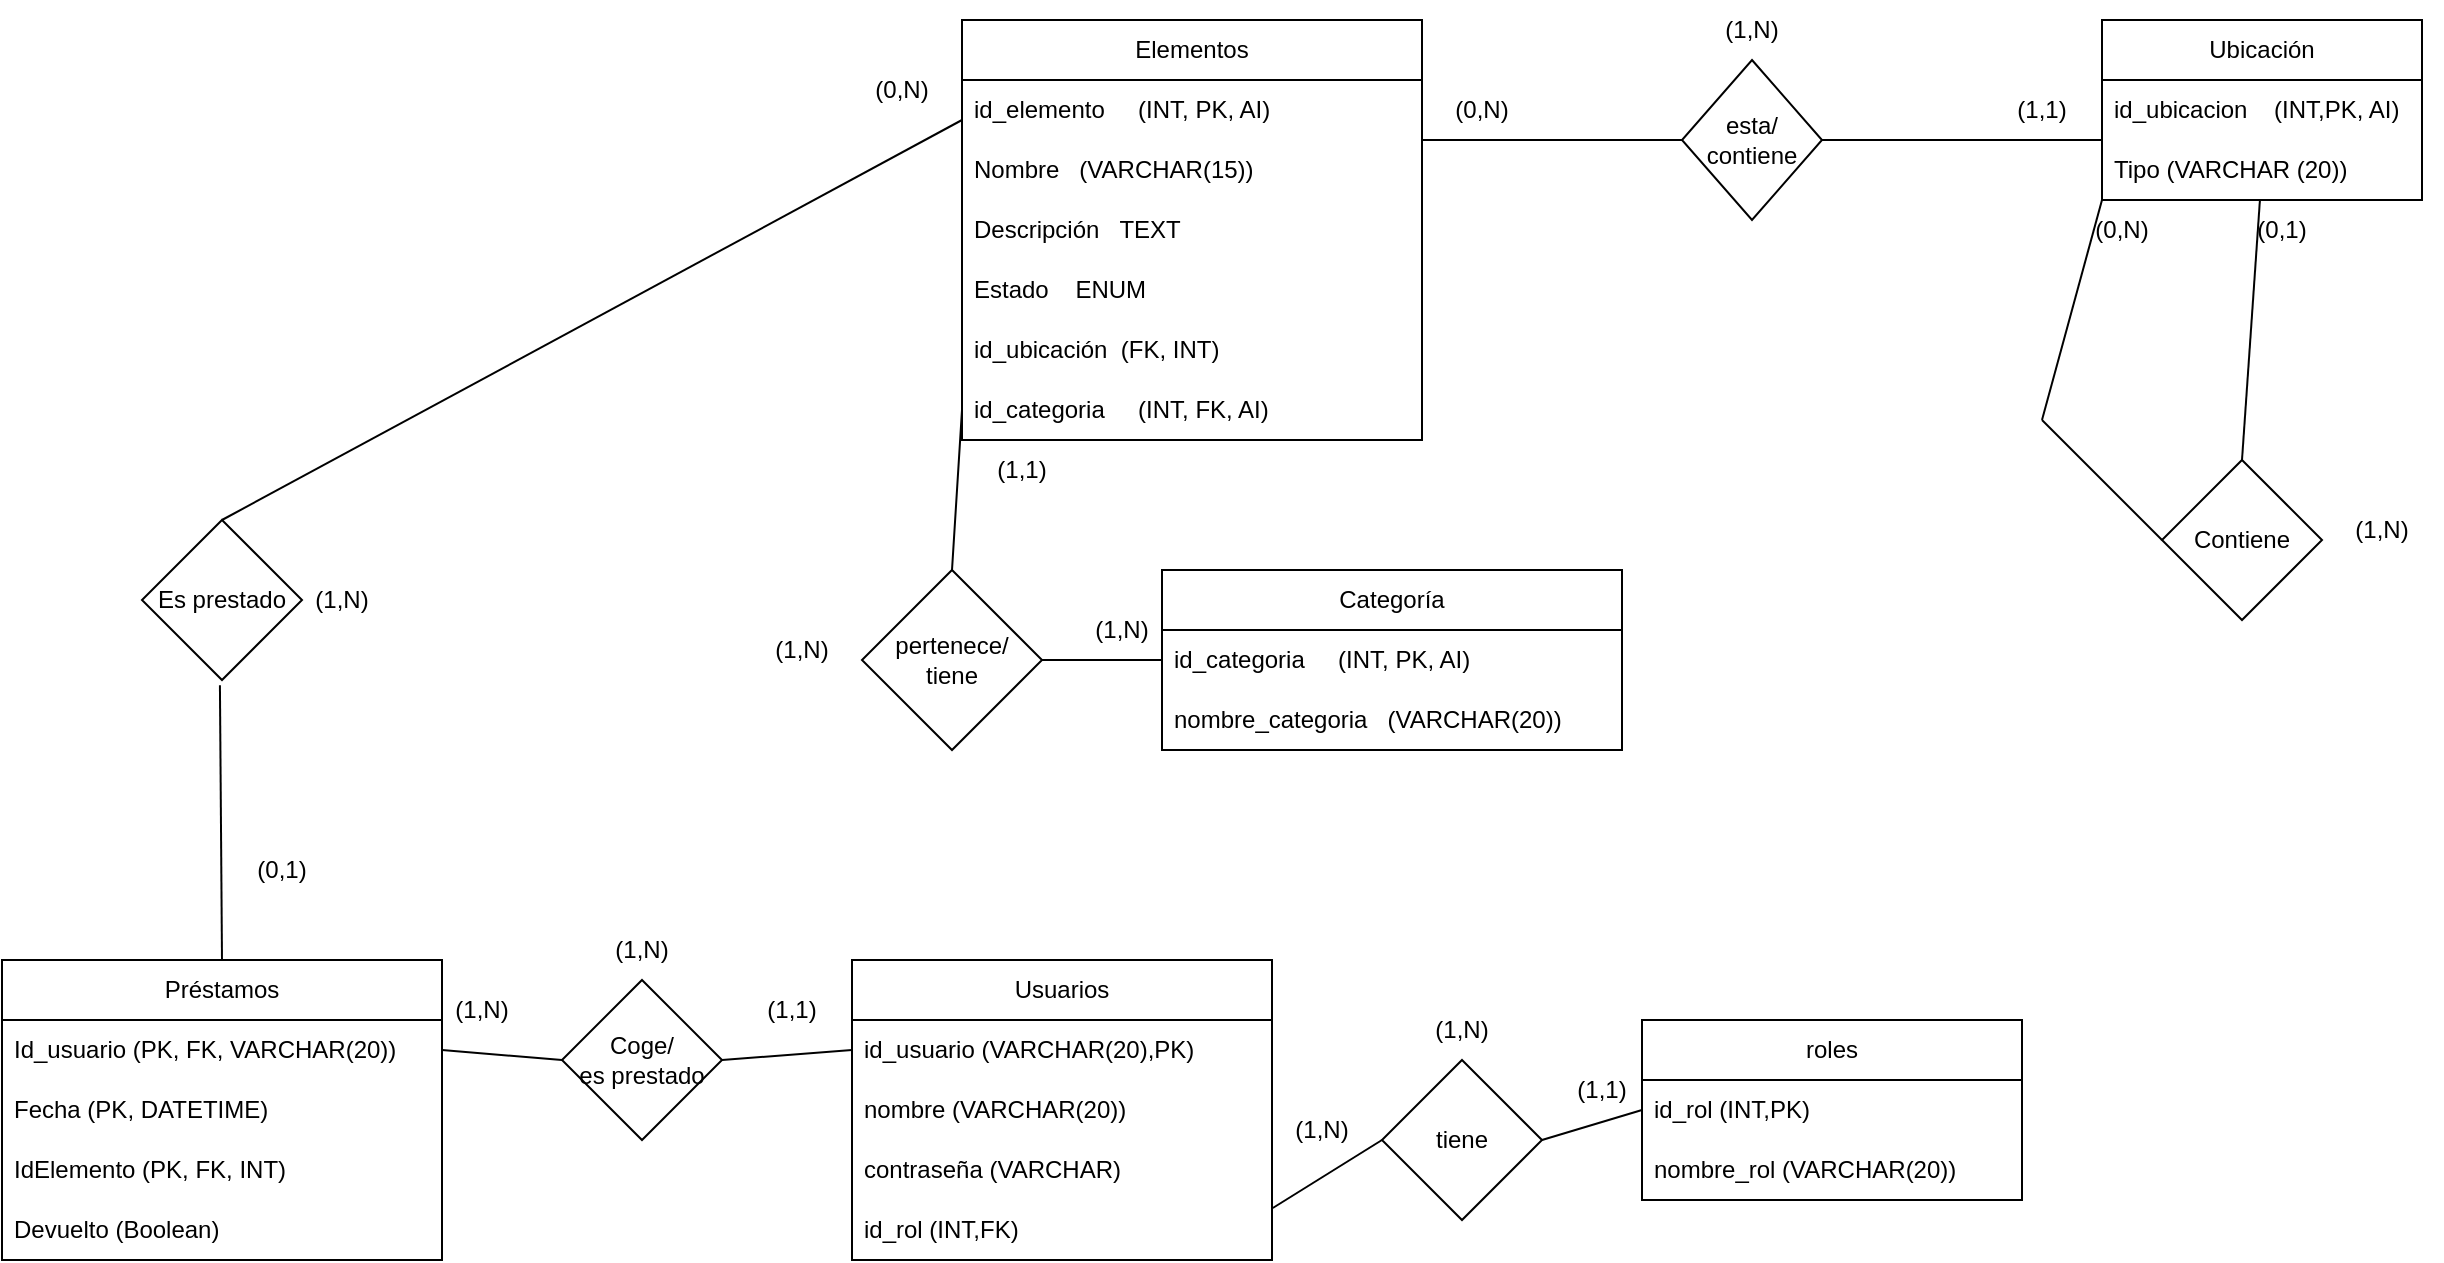
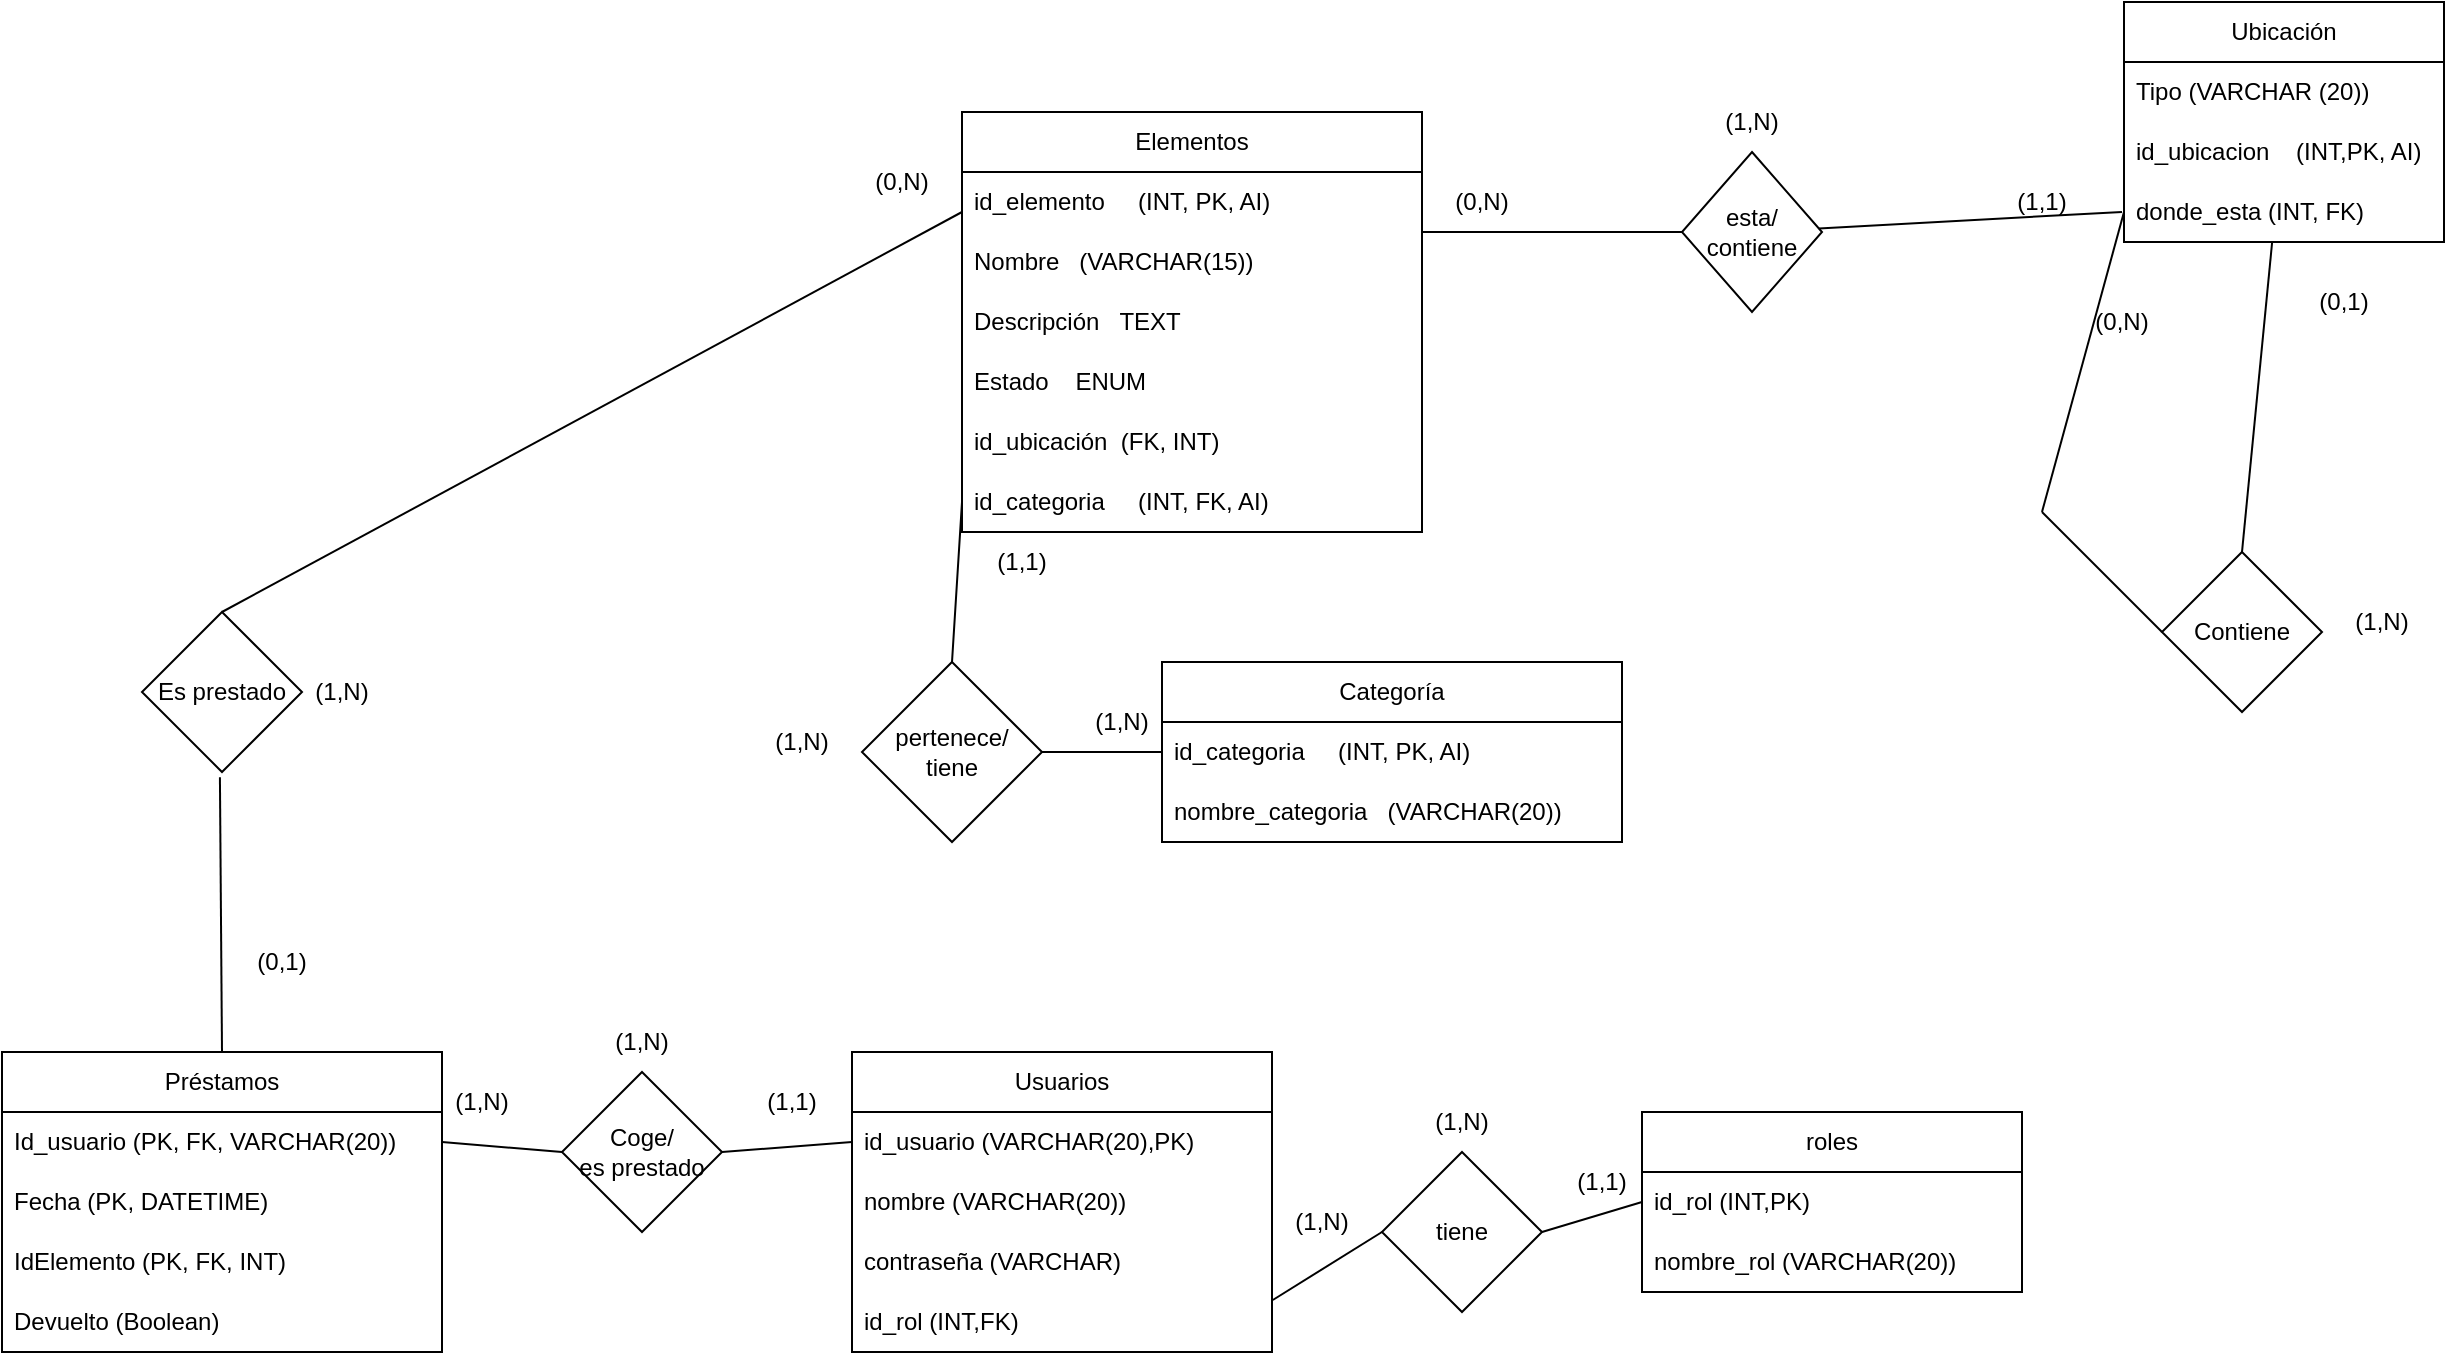
<mxfile host="Electron" agent="Mozilla/5.0 (Windows NT 10.0; Win64; x64) AppleWebKit/537.36 (KHTML, like Gecko) draw.io/27.0.9 Chrome/134.0.6998.205 Electron/35.4.0 Safari/537.36" version="27.0.9">
  <diagram name="Página-1" id="i9kEWm7X-eQDBZohQ_Jb">
    <mxGraphModel dx="1665" dy="841" grid="1" gridSize="10" guides="1" tooltips="1" connect="1" arrows="1" fold="1" page="1" pageScale="1" pageWidth="827" pageHeight="1169" math="0" shadow="0">
      <root>
        <mxCell id="0" />
        <mxCell id="1" parent="0" />
        <mxCell id="md-I2rJE8M5bN4_YPNxc-3" value="esta/&lt;div&gt;contiene&lt;/div&gt;" style="rhombus;whiteSpace=wrap;html=1;" parent="1" vertex="1">
          <mxGeometry x="940" y="200" width="70" height="80" as="geometry" />
        </mxCell>
        <mxCell id="md-I2rJE8M5bN4_YPNxc-4" value="Elementos" style="swimlane;fontStyle=0;childLayout=stackLayout;horizontal=1;startSize=30;horizontalStack=0;resizeParent=1;resizeParentMax=0;resizeLast=0;collapsible=1;marginBottom=0;whiteSpace=wrap;html=1;" parent="1" vertex="1">
          <mxGeometry x="580" y="180" width="230" height="210" as="geometry" />
        </mxCell>
        <mxCell id="md-I2rJE8M5bN4_YPNxc-5" value="id_elemento&amp;nbsp; &amp;nbsp; &amp;nbsp;(INT, PK, AI)" style="text;strokeColor=none;fillColor=none;align=left;verticalAlign=middle;spacingLeft=4;spacingRight=4;overflow=hidden;points=[[0,0.5],[1,0.5]];portConstraint=eastwest;rotatable=0;whiteSpace=wrap;html=1;" parent="md-I2rJE8M5bN4_YPNxc-4" vertex="1">
          <mxGeometry y="30" width="230" height="30" as="geometry" />
        </mxCell>
        <mxCell id="md-I2rJE8M5bN4_YPNxc-6" value="Nombre&amp;nbsp; &amp;nbsp;(VARCHAR(15))" style="text;strokeColor=none;fillColor=none;align=left;verticalAlign=middle;spacingLeft=4;spacingRight=4;overflow=hidden;points=[[0,0.5],[1,0.5]];portConstraint=eastwest;rotatable=0;whiteSpace=wrap;html=1;" parent="md-I2rJE8M5bN4_YPNxc-4" vertex="1">
          <mxGeometry y="60" width="230" height="30" as="geometry" />
        </mxCell>
        <mxCell id="md-I2rJE8M5bN4_YPNxc-18" value="Descripción&amp;nbsp; &amp;nbsp;TEXT&lt;span style=&quot;white-space: pre;&quot;&gt;&#x9;&lt;/span&gt;&lt;span style=&quot;white-space: pre;&quot;&gt;&#x9;&lt;/span&gt;" style="text;strokeColor=none;fillColor=none;align=left;verticalAlign=middle;spacingLeft=4;spacingRight=4;overflow=hidden;points=[[0,0.5],[1,0.5]];portConstraint=eastwest;rotatable=0;whiteSpace=wrap;html=1;" parent="md-I2rJE8M5bN4_YPNxc-4" vertex="1">
          <mxGeometry y="90" width="230" height="30" as="geometry" />
        </mxCell>
        <mxCell id="md-I2rJE8M5bN4_YPNxc-20" value="Estado&amp;nbsp; &amp;nbsp; ENUM" style="text;strokeColor=none;fillColor=none;align=left;verticalAlign=middle;spacingLeft=4;spacingRight=4;overflow=hidden;points=[[0,0.5],[1,0.5]];portConstraint=eastwest;rotatable=0;whiteSpace=wrap;html=1;" parent="md-I2rJE8M5bN4_YPNxc-4" vertex="1">
          <mxGeometry y="120" width="230" height="30" as="geometry" />
        </mxCell>
        <mxCell id="md-I2rJE8M5bN4_YPNxc-29" value="id_ubicación&amp;nbsp; (FK, INT)" style="text;strokeColor=none;fillColor=none;align=left;verticalAlign=middle;spacingLeft=4;spacingRight=4;overflow=hidden;points=[[0,0.5],[1,0.5]];portConstraint=eastwest;rotatable=0;whiteSpace=wrap;html=1;" parent="md-I2rJE8M5bN4_YPNxc-4" vertex="1">
          <mxGeometry y="150" width="230" height="30" as="geometry" />
        </mxCell>
        <mxCell id="xuXV7sGvS1hQDTqQULSL-32" value="id_categoria&amp;nbsp; &amp;nbsp; &amp;nbsp;(INT, FK, AI)" style="text;strokeColor=none;fillColor=none;align=left;verticalAlign=middle;spacingLeft=4;spacingRight=4;overflow=hidden;points=[[0,0.5],[1,0.5]];portConstraint=eastwest;rotatable=0;whiteSpace=wrap;html=1;" parent="md-I2rJE8M5bN4_YPNxc-4" vertex="1">
          <mxGeometry y="180" width="230" height="30" as="geometry" />
        </mxCell>
        <mxCell id="md-I2rJE8M5bN4_YPNxc-8" value="Ubicación" style="swimlane;fontStyle=0;childLayout=stackLayout;horizontal=1;startSize=30;horizontalStack=0;resizeParent=1;resizeParentMax=0;resizeLast=0;collapsible=1;marginBottom=0;whiteSpace=wrap;html=1;" parent="1" vertex="1">
-           <mxGeometry x="1150" y="180" width="160" height="90" as="geometry" />
+           <mxGeometry x="1161" y="125" width="160" height="120" as="geometry" />
+         </mxCell>
+         <mxCell id="md-I2rJE8M5bN4_YPNxc-11" value="Tipo (VARCHAR (20))" style="text;strokeColor=none;fillColor=none;align=left;verticalAlign=middle;spacingLeft=4;spacingRight=4;overflow=hidden;points=[[0,0.5],[1,0.5]];portConstraint=eastwest;rotatable=0;whiteSpace=wrap;html=1;" parent="md-I2rJE8M5bN4_YPNxc-8" vertex="1">
+           <mxGeometry y="30" width="160" height="30" as="geometry" />
        </mxCell>
        <mxCell id="md-I2rJE8M5bN4_YPNxc-9" value="id_ubicacion&lt;span style=&quot;white-space: pre;&quot;&gt;&#x9;&lt;/span&gt;(INT,PK, AI)" style="text;strokeColor=none;fillColor=none;align=left;verticalAlign=middle;spacingLeft=4;spacingRight=4;overflow=hidden;points=[[0,0.5],[1,0.5]];portConstraint=eastwest;rotatable=0;whiteSpace=wrap;html=1;" parent="md-I2rJE8M5bN4_YPNxc-8" vertex="1">
-           <mxGeometry y="30" width="160" height="30" as="geometry" />
-         </mxCell>
-         <mxCell id="md-I2rJE8M5bN4_YPNxc-11" value="Tipo (VARCHAR (20))" style="text;strokeColor=none;fillColor=none;align=left;verticalAlign=middle;spacingLeft=4;spacingRight=4;overflow=hidden;points=[[0,0.5],[1,0.5]];portConstraint=eastwest;rotatable=0;whiteSpace=wrap;html=1;" parent="md-I2rJE8M5bN4_YPNxc-8" vertex="1">
          <mxGeometry y="60" width="160" height="30" as="geometry" />
        </mxCell>
-         <mxCell id="md-I2rJE8M5bN4_YPNxc-12" value="" style="endArrow=none;html=1;rounded=0;entryX=0;entryY=0;entryDx=0;entryDy=0;entryPerimeter=0;" parent="1" source="md-I2rJE8M5bN4_YPNxc-3" edge="1">
+         <mxCell id="qNiBTX_sLjemmhxvSZYq-6" value="donde_esta (INT, FK)" style="text;strokeColor=none;fillColor=none;align=left;verticalAlign=middle;spacingLeft=4;spacingRight=4;overflow=hidden;points=[[0,0.5],[1,0.5]];portConstraint=eastwest;rotatable=0;whiteSpace=wrap;html=1;" vertex="1" parent="md-I2rJE8M5bN4_YPNxc-8">
+           <mxGeometry y="90" width="160" height="30" as="geometry" />
+         </mxCell>
+         <mxCell id="md-I2rJE8M5bN4_YPNxc-12" value="" style="endArrow=none;html=1;rounded=0;" parent="1" source="md-I2rJE8M5bN4_YPNxc-3" edge="1">
          <mxGeometry width="50" height="50" relative="1" as="geometry">
            <mxPoint x="960" y="420" as="sourcePoint" />
-             <mxPoint x="1150" y="240" as="targetPoint" />
+             <mxPoint x="1160" y="230" as="targetPoint" />
          </mxGeometry>
        </mxCell>
        <mxCell id="md-I2rJE8M5bN4_YPNxc-13" value="" style="endArrow=none;html=1;rounded=0;exitX=0;exitY=0.5;exitDx=0;exitDy=0;entryX=0;entryY=1;entryDx=0;entryDy=0;" parent="1" source="md-I2rJE8M5bN4_YPNxc-3" target="md-I2rJE8M5bN4_YPNxc-15" edge="1">
          <mxGeometry width="50" height="50" relative="1" as="geometry">
            <mxPoint x="540" y="420" as="sourcePoint" />
            <mxPoint x="371" y="240" as="targetPoint" />
          </mxGeometry>
        </mxCell>
        <mxCell id="md-I2rJE8M5bN4_YPNxc-14" value="(1,1)" style="text;html=1;whiteSpace=wrap;strokeColor=none;fillColor=none;align=center;verticalAlign=middle;rounded=0;" parent="1" vertex="1">
          <mxGeometry x="1090" y="210" width="60" height="30" as="geometry" />
        </mxCell>
        <mxCell id="md-I2rJE8M5bN4_YPNxc-15" value="(0,N)" style="text;html=1;whiteSpace=wrap;strokeColor=none;fillColor=none;align=center;verticalAlign=middle;rounded=0;" parent="1" vertex="1">
          <mxGeometry x="810" y="210" width="60" height="30" as="geometry" />
        </mxCell>
        <mxCell id="md-I2rJE8M5bN4_YPNxc-16" value="(1,N)" style="text;html=1;whiteSpace=wrap;strokeColor=none;fillColor=none;align=center;verticalAlign=middle;rounded=0;" parent="1" vertex="1">
          <mxGeometry x="945" y="170" width="60" height="30" as="geometry" />
        </mxCell>
-         <mxCell id="md-I2rJE8M5bN4_YPNxc-25" value="" style="endArrow=none;html=1;rounded=0;exitX=0.5;exitY=0;exitDx=0;exitDy=0;" parent="1" target="md-I2rJE8M5bN4_YPNxc-11" edge="1">
+         <mxCell id="md-I2rJE8M5bN4_YPNxc-25" value="" style="endArrow=none;html=1;rounded=0;exitX=0.5;exitY=0;exitDx=0;exitDy=0;entryX=0.463;entryY=1;entryDx=0;entryDy=0;entryPerimeter=0;" parent="1" target="qNiBTX_sLjemmhxvSZYq-6" edge="1">
          <mxGeometry width="50" height="50" relative="1" as="geometry">
            <mxPoint x="1220" y="400" as="sourcePoint" />
            <mxPoint x="1218" y="300" as="targetPoint" />
          </mxGeometry>
        </mxCell>
        <mxCell id="md-I2rJE8M5bN4_YPNxc-26" value="" style="endArrow=none;html=1;rounded=0;entryX=0;entryY=0.5;entryDx=0;entryDy=0;" parent="1" target="md-I2rJE8M5bN4_YPNxc-28" edge="1">
          <mxGeometry width="50" height="50" relative="1" as="geometry">
            <mxPoint x="1120" y="380" as="sourcePoint" />
            <mxPoint x="1151.96" y="462.01" as="targetPoint" />
          </mxGeometry>
        </mxCell>
-         <mxCell id="md-I2rJE8M5bN4_YPNxc-27" value="" style="endArrow=none;html=1;rounded=0;entryX=0;entryY=1;entryDx=0;entryDy=0;entryPerimeter=0;" parent="1" target="md-I2rJE8M5bN4_YPNxc-11" edge="1">
+         <mxCell id="md-I2rJE8M5bN4_YPNxc-27" value="" style="endArrow=none;html=1;rounded=0;entryX=0;entryY=0.5;entryDx=0;entryDy=0;" parent="1" target="qNiBTX_sLjemmhxvSZYq-6" edge="1">
          <mxGeometry width="50" height="50" relative="1" as="geometry">
            <mxPoint x="1120" y="380" as="sourcePoint" />
            <mxPoint x="1050" y="370" as="targetPoint" />
          </mxGeometry>
        </mxCell>
        <mxCell id="md-I2rJE8M5bN4_YPNxc-28" value="Contiene" style="rhombus;whiteSpace=wrap;html=1;" parent="1" vertex="1">
          <mxGeometry x="1180" y="400" width="80" height="80" as="geometry" />
        </mxCell>
        <mxCell id="md-I2rJE8M5bN4_YPNxc-31" value="(0,1)" style="text;html=1;whiteSpace=wrap;strokeColor=none;fillColor=none;align=center;verticalAlign=middle;rounded=0;" parent="1" vertex="1">
-           <mxGeometry x="1210" y="270" width="60" height="30" as="geometry" />
+           <mxGeometry x="1241" y="260" width="60" height="30" as="geometry" />
        </mxCell>
        <mxCell id="md-I2rJE8M5bN4_YPNxc-32" value="(0,N)" style="text;html=1;whiteSpace=wrap;strokeColor=none;fillColor=none;align=center;verticalAlign=middle;rounded=0;" parent="1" vertex="1">
          <mxGeometry x="1130" y="270" width="60" height="30" as="geometry" />
        </mxCell>
        <mxCell id="md-I2rJE8M5bN4_YPNxc-33" value="(1,N)" style="text;html=1;whiteSpace=wrap;strokeColor=none;fillColor=none;align=center;verticalAlign=middle;rounded=0;" parent="1" vertex="1">
          <mxGeometry x="1260" y="420" width="60" height="30" as="geometry" />
        </mxCell>
        <mxCell id="md-I2rJE8M5bN4_YPNxc-34" value="Préstamos" style="swimlane;fontStyle=0;childLayout=stackLayout;horizontal=1;startSize=30;horizontalStack=0;resizeParent=1;resizeParentMax=0;resizeLast=0;collapsible=1;marginBottom=0;whiteSpace=wrap;html=1;" parent="1" vertex="1">
          <mxGeometry x="100" y="650" width="220" height="150" as="geometry" />
        </mxCell>
        <mxCell id="md-I2rJE8M5bN4_YPNxc-35" value="Id_usuario (PK, FK, VARCHAR(20))" style="text;strokeColor=none;fillColor=none;align=left;verticalAlign=middle;spacingLeft=4;spacingRight=4;overflow=hidden;points=[[0,0.5],[1,0.5]];portConstraint=eastwest;rotatable=0;whiteSpace=wrap;html=1;" parent="md-I2rJE8M5bN4_YPNxc-34" vertex="1">
          <mxGeometry y="30" width="220" height="30" as="geometry" />
        </mxCell>
        <mxCell id="md-I2rJE8M5bN4_YPNxc-37" value="Fecha (PK, DATETIME)" style="text;strokeColor=none;fillColor=none;align=left;verticalAlign=middle;spacingLeft=4;spacingRight=4;overflow=hidden;points=[[0,0.5],[1,0.5]];portConstraint=eastwest;rotatable=0;whiteSpace=wrap;html=1;" parent="md-I2rJE8M5bN4_YPNxc-34" vertex="1">
          <mxGeometry y="60" width="220" height="30" as="geometry" />
        </mxCell>
        <mxCell id="md-I2rJE8M5bN4_YPNxc-54" value="IdElemento (PK, FK, INT)" style="text;strokeColor=none;fillColor=none;align=left;verticalAlign=middle;spacingLeft=4;spacingRight=4;overflow=hidden;points=[[0,0.5],[1,0.5]];portConstraint=eastwest;rotatable=0;whiteSpace=wrap;html=1;" parent="md-I2rJE8M5bN4_YPNxc-34" vertex="1">
          <mxGeometry y="90" width="220" height="30" as="geometry" />
        </mxCell>
        <mxCell id="md-I2rJE8M5bN4_YPNxc-55" value="Devuelto (Boolean)" style="text;strokeColor=none;fillColor=none;align=left;verticalAlign=middle;spacingLeft=4;spacingRight=4;overflow=hidden;points=[[0,0.5],[1,0.5]];portConstraint=eastwest;rotatable=0;whiteSpace=wrap;html=1;" parent="md-I2rJE8M5bN4_YPNxc-34" vertex="1">
          <mxGeometry y="120" width="220" height="30" as="geometry" />
        </mxCell>
        <mxCell id="md-I2rJE8M5bN4_YPNxc-38" value="" style="endArrow=none;html=1;rounded=0;entryX=0.5;entryY=0;entryDx=0;entryDy=0;exitX=0.487;exitY=1.033;exitDx=0;exitDy=0;exitPerimeter=0;" parent="1" source="md-I2rJE8M5bN4_YPNxc-43" target="md-I2rJE8M5bN4_YPNxc-34" edge="1">
          <mxGeometry width="50" height="50" relative="1" as="geometry">
            <mxPoint x="470" y="370" as="sourcePoint" />
            <mxPoint x="520" y="320" as="targetPoint" />
          </mxGeometry>
        </mxCell>
        <mxCell id="md-I2rJE8M5bN4_YPNxc-39" value="Usuarios" style="swimlane;fontStyle=0;childLayout=stackLayout;horizontal=1;startSize=30;horizontalStack=0;resizeParent=1;resizeParentMax=0;resizeLast=0;collapsible=1;marginBottom=0;whiteSpace=wrap;html=1;" parent="1" vertex="1">
          <mxGeometry x="525" y="650" width="210" height="150" as="geometry" />
        </mxCell>
        <mxCell id="md-I2rJE8M5bN4_YPNxc-40" value="id_usuario (VARCHAR(20),PK)" style="text;strokeColor=none;fillColor=none;align=left;verticalAlign=middle;spacingLeft=4;spacingRight=4;overflow=hidden;points=[[0,0.5],[1,0.5]];portConstraint=eastwest;rotatable=0;whiteSpace=wrap;html=1;" parent="md-I2rJE8M5bN4_YPNxc-39" vertex="1">
          <mxGeometry y="30" width="210" height="30" as="geometry" />
        </mxCell>
        <mxCell id="xuXV7sGvS1hQDTqQULSL-21" value="nombre (VARCHAR(20))" style="text;strokeColor=none;fillColor=none;align=left;verticalAlign=middle;spacingLeft=4;spacingRight=4;overflow=hidden;points=[[0,0.5],[1,0.5]];portConstraint=eastwest;rotatable=0;whiteSpace=wrap;html=1;" parent="md-I2rJE8M5bN4_YPNxc-39" vertex="1">
          <mxGeometry y="60" width="210" height="30" as="geometry" />
        </mxCell>
        <mxCell id="xuXV7sGvS1hQDTqQULSL-22" value="contraseña (VARCHAR)" style="text;strokeColor=none;fillColor=none;align=left;verticalAlign=middle;spacingLeft=4;spacingRight=4;overflow=hidden;points=[[0,0.5],[1,0.5]];portConstraint=eastwest;rotatable=0;whiteSpace=wrap;html=1;" parent="md-I2rJE8M5bN4_YPNxc-39" vertex="1">
          <mxGeometry y="90" width="210" height="30" as="geometry" />
        </mxCell>
        <mxCell id="xuXV7sGvS1hQDTqQULSL-23" value="id_rol (INT,FK)" style="text;strokeColor=none;fillColor=none;align=left;verticalAlign=middle;spacingLeft=4;spacingRight=4;overflow=hidden;points=[[0,0.5],[1,0.5]];portConstraint=eastwest;rotatable=0;whiteSpace=wrap;html=1;" parent="md-I2rJE8M5bN4_YPNxc-39" vertex="1">
          <mxGeometry y="120" width="210" height="30" as="geometry" />
        </mxCell>
        <mxCell id="md-I2rJE8M5bN4_YPNxc-44" value="" style="endArrow=none;html=1;rounded=0;entryX=0.5;entryY=0;entryDx=0;entryDy=0;exitX=1;exitY=1;exitDx=0;exitDy=0;" parent="1" source="xuXV7sGvS1hQDTqQULSL-15" target="md-I2rJE8M5bN4_YPNxc-43" edge="1">
          <mxGeometry width="50" height="50" relative="1" as="geometry">
            <mxPoint x="632" y="391" as="sourcePoint" />
            <mxPoint x="630" y="680" as="targetPoint" />
          </mxGeometry>
        </mxCell>
        <mxCell id="md-I2rJE8M5bN4_YPNxc-43" value="Es prestado" style="rhombus;whiteSpace=wrap;html=1;" parent="1" vertex="1">
          <mxGeometry x="170" y="430" width="80" height="80" as="geometry" />
        </mxCell>
        <mxCell id="md-I2rJE8M5bN4_YPNxc-45" value="" style="endArrow=none;html=1;rounded=0;entryX=0;entryY=0.5;entryDx=0;entryDy=0;exitX=1;exitY=0.5;exitDx=0;exitDy=0;" parent="1" source="md-I2rJE8M5bN4_YPNxc-46" target="md-I2rJE8M5bN4_YPNxc-40" edge="1">
          <mxGeometry width="50" height="50" relative="1" as="geometry">
            <mxPoint x="470" y="470" as="sourcePoint" />
            <mxPoint x="566.96" y="687" as="targetPoint" />
          </mxGeometry>
        </mxCell>
        <mxCell id="md-I2rJE8M5bN4_YPNxc-47" value="" style="endArrow=none;html=1;rounded=0;entryX=0;entryY=0.5;entryDx=0;entryDy=0;exitX=1;exitY=0.5;exitDx=0;exitDy=0;" parent="1" source="md-I2rJE8M5bN4_YPNxc-35" target="md-I2rJE8M5bN4_YPNxc-46" edge="1">
          <mxGeometry width="50" height="50" relative="1" as="geometry">
            <mxPoint x="260" y="694" as="sourcePoint" />
            <mxPoint x="567" y="687" as="targetPoint" />
          </mxGeometry>
        </mxCell>
        <mxCell id="md-I2rJE8M5bN4_YPNxc-46" value="Coge/&lt;div&gt;es prestado&lt;/div&gt;" style="rhombus;whiteSpace=wrap;html=1;" parent="1" vertex="1">
          <mxGeometry x="380" y="660" width="80" height="80" as="geometry" />
        </mxCell>
        <mxCell id="md-I2rJE8M5bN4_YPNxc-48" value="(1,N)" style="text;html=1;whiteSpace=wrap;strokeColor=none;fillColor=none;align=center;verticalAlign=middle;rounded=0;" parent="1" vertex="1">
          <mxGeometry x="310" y="660" width="60" height="30" as="geometry" />
        </mxCell>
        <mxCell id="md-I2rJE8M5bN4_YPNxc-49" value="(1,1)" style="text;html=1;whiteSpace=wrap;strokeColor=none;fillColor=none;align=center;verticalAlign=middle;rounded=0;" parent="1" vertex="1">
          <mxGeometry x="465" y="660" width="60" height="30" as="geometry" />
        </mxCell>
        <mxCell id="md-I2rJE8M5bN4_YPNxc-50" value="(1,N)" style="text;html=1;whiteSpace=wrap;strokeColor=none;fillColor=none;align=center;verticalAlign=middle;rounded=0;" parent="1" vertex="1">
          <mxGeometry x="390" y="630" width="60" height="30" as="geometry" />
        </mxCell>
        <mxCell id="md-I2rJE8M5bN4_YPNxc-52" value="(0,1)" style="text;html=1;whiteSpace=wrap;strokeColor=none;fillColor=none;align=center;verticalAlign=middle;rounded=0;" parent="1" vertex="1">
          <mxGeometry x="210" y="590" width="60" height="30" as="geometry" />
        </mxCell>
        <mxCell id="md-I2rJE8M5bN4_YPNxc-53" value="(1,N)" style="text;html=1;whiteSpace=wrap;strokeColor=none;fillColor=none;align=center;verticalAlign=middle;rounded=0;" parent="1" vertex="1">
          <mxGeometry x="240" y="455" width="60" height="30" as="geometry" />
        </mxCell>
        <mxCell id="xuXV7sGvS1hQDTqQULSL-3" value="Categoría" style="swimlane;fontStyle=0;childLayout=stackLayout;horizontal=1;startSize=30;horizontalStack=0;resizeParent=1;resizeParentMax=0;resizeLast=0;collapsible=1;marginBottom=0;whiteSpace=wrap;html=1;" parent="1" vertex="1">
          <mxGeometry x="680" y="455" width="230" height="90" as="geometry" />
        </mxCell>
        <mxCell id="xuXV7sGvS1hQDTqQULSL-4" value="id_categoria&amp;nbsp; &amp;nbsp; &amp;nbsp;(INT, PK, AI)" style="text;strokeColor=none;fillColor=none;align=left;verticalAlign=middle;spacingLeft=4;spacingRight=4;overflow=hidden;points=[[0,0.5],[1,0.5]];portConstraint=eastwest;rotatable=0;whiteSpace=wrap;html=1;" parent="xuXV7sGvS1hQDTqQULSL-3" vertex="1">
          <mxGeometry y="30" width="230" height="30" as="geometry" />
        </mxCell>
        <mxCell id="xuXV7sGvS1hQDTqQULSL-5" value="nombre_categoria&amp;nbsp; &amp;nbsp;(VARCHAR(20))" style="text;strokeColor=none;fillColor=none;align=left;verticalAlign=middle;spacingLeft=4;spacingRight=4;overflow=hidden;points=[[0,0.5],[1,0.5]];portConstraint=eastwest;rotatable=0;whiteSpace=wrap;html=1;" parent="xuXV7sGvS1hQDTqQULSL-3" vertex="1">
          <mxGeometry y="60" width="230" height="30" as="geometry" />
        </mxCell>
        <mxCell id="xuXV7sGvS1hQDTqQULSL-11" value="pertenece/&lt;div&gt;tiene&lt;/div&gt;" style="rhombus;whiteSpace=wrap;html=1;" parent="1" vertex="1">
          <mxGeometry x="530" y="455" width="90" height="90" as="geometry" />
        </mxCell>
        <mxCell id="xuXV7sGvS1hQDTqQULSL-12" value="" style="endArrow=none;html=1;rounded=0;entryX=0;entryY=0.5;entryDx=0;entryDy=0;exitX=1;exitY=0.5;exitDx=0;exitDy=0;" parent="1" source="xuXV7sGvS1hQDTqQULSL-11" target="xuXV7sGvS1hQDTqQULSL-4" edge="1">
          <mxGeometry width="50" height="50" relative="1" as="geometry">
            <mxPoint x="350" y="239.07" as="sourcePoint" />
            <mxPoint x="280" y="238.57" as="targetPoint" />
          </mxGeometry>
        </mxCell>
        <mxCell id="xuXV7sGvS1hQDTqQULSL-13" value="" style="endArrow=none;html=1;rounded=0;entryX=0.5;entryY=0;entryDx=0;entryDy=0;exitX=0;exitY=0.5;exitDx=0;exitDy=0;" parent="1" source="xuXV7sGvS1hQDTqQULSL-32" target="xuXV7sGvS1hQDTqQULSL-11" edge="1">
          <mxGeometry width="50" height="50" relative="1" as="geometry">
            <mxPoint x="570" y="241.43" as="sourcePoint" />
            <mxPoint x="470" y="240" as="targetPoint" />
          </mxGeometry>
        </mxCell>
        <mxCell id="xuXV7sGvS1hQDTqQULSL-14" value="(1,1)" style="text;html=1;whiteSpace=wrap;strokeColor=none;fillColor=none;align=center;verticalAlign=middle;rounded=0;" parent="1" vertex="1">
          <mxGeometry x="580" y="390" width="60" height="30" as="geometry" />
        </mxCell>
        <mxCell id="xuXV7sGvS1hQDTqQULSL-15" value="(0,N)" style="text;html=1;whiteSpace=wrap;strokeColor=none;fillColor=none;align=center;verticalAlign=middle;rounded=0;" parent="1" vertex="1">
          <mxGeometry x="520" y="200" width="60" height="30" as="geometry" />
        </mxCell>
        <mxCell id="xuXV7sGvS1hQDTqQULSL-16" value="(1,N)" style="text;html=1;whiteSpace=wrap;strokeColor=none;fillColor=none;align=center;verticalAlign=middle;rounded=0;" parent="1" vertex="1">
          <mxGeometry x="630" y="470" width="60" height="30" as="geometry" />
        </mxCell>
        <mxCell id="xuXV7sGvS1hQDTqQULSL-17" value="roles" style="swimlane;fontStyle=0;childLayout=stackLayout;horizontal=1;startSize=30;horizontalStack=0;resizeParent=1;resizeParentMax=0;resizeLast=0;collapsible=1;marginBottom=0;whiteSpace=wrap;html=1;" parent="1" vertex="1">
          <mxGeometry x="920" y="680" width="190" height="90" as="geometry" />
        </mxCell>
        <mxCell id="xuXV7sGvS1hQDTqQULSL-18" value="id_rol (INT,PK)" style="text;strokeColor=none;fillColor=none;align=left;verticalAlign=middle;spacingLeft=4;spacingRight=4;overflow=hidden;points=[[0,0.5],[1,0.5]];portConstraint=eastwest;rotatable=0;whiteSpace=wrap;html=1;" parent="xuXV7sGvS1hQDTqQULSL-17" vertex="1">
          <mxGeometry y="30" width="190" height="30" as="geometry" />
        </mxCell>
        <mxCell id="xuXV7sGvS1hQDTqQULSL-19" value="nombre_rol (VARCHAR(20))" style="text;strokeColor=none;fillColor=none;align=left;verticalAlign=middle;spacingLeft=4;spacingRight=4;overflow=hidden;points=[[0,0.5],[1,0.5]];portConstraint=eastwest;rotatable=0;whiteSpace=wrap;html=1;" parent="xuXV7sGvS1hQDTqQULSL-17" vertex="1">
          <mxGeometry y="60" width="190" height="30" as="geometry" />
        </mxCell>
        <mxCell id="xuXV7sGvS1hQDTqQULSL-24" value="tiene" style="rhombus;whiteSpace=wrap;html=1;" parent="1" vertex="1">
          <mxGeometry x="790" y="700" width="80" height="80" as="geometry" />
        </mxCell>
        <mxCell id="xuXV7sGvS1hQDTqQULSL-25" value="" style="endArrow=none;html=1;rounded=0;entryX=0;entryY=0.5;entryDx=0;entryDy=0;exitX=1.002;exitY=0.133;exitDx=0;exitDy=0;exitPerimeter=0;" parent="1" source="xuXV7sGvS1hQDTqQULSL-23" target="xuXV7sGvS1hQDTqQULSL-24" edge="1">
          <mxGeometry width="50" height="50" relative="1" as="geometry">
            <mxPoint x="730" y="733.5" as="sourcePoint" />
            <mxPoint x="790" y="726.5" as="targetPoint" />
          </mxGeometry>
        </mxCell>
        <mxCell id="xuXV7sGvS1hQDTqQULSL-26" value="" style="endArrow=none;html=1;rounded=0;exitX=1;exitY=0.5;exitDx=0;exitDy=0;entryX=0;entryY=0.5;entryDx=0;entryDy=0;" parent="1" source="xuXV7sGvS1hQDTqQULSL-24" target="xuXV7sGvS1hQDTqQULSL-18" edge="1">
          <mxGeometry width="50" height="50" relative="1" as="geometry">
            <mxPoint x="869" y="728" as="sourcePoint" />
            <mxPoint x="920" y="722" as="targetPoint" />
          </mxGeometry>
        </mxCell>
        <mxCell id="xuXV7sGvS1hQDTqQULSL-29" value="(1,N)" style="text;html=1;whiteSpace=wrap;strokeColor=none;fillColor=none;align=center;verticalAlign=middle;rounded=0;" parent="1" vertex="1">
          <mxGeometry x="730" y="720" width="60" height="30" as="geometry" />
        </mxCell>
        <mxCell id="xuXV7sGvS1hQDTqQULSL-30" value="(1,1)" style="text;html=1;whiteSpace=wrap;strokeColor=none;fillColor=none;align=center;verticalAlign=middle;rounded=0;" parent="1" vertex="1">
          <mxGeometry x="870" y="700" width="60" height="30" as="geometry" />
        </mxCell>
        <mxCell id="xuXV7sGvS1hQDTqQULSL-31" value="(1,N)" style="text;html=1;whiteSpace=wrap;strokeColor=none;fillColor=none;align=center;verticalAlign=middle;rounded=0;" parent="1" vertex="1">
          <mxGeometry x="800" y="670" width="60" height="30" as="geometry" />
        </mxCell>
        <mxCell id="xuXV7sGvS1hQDTqQULSL-35" value="(1,N)" style="text;html=1;whiteSpace=wrap;strokeColor=none;fillColor=none;align=center;verticalAlign=middle;rounded=0;" parent="1" vertex="1">
          <mxGeometry x="470" y="480" width="60" height="30" as="geometry" />
        </mxCell>
      </root>
    </mxGraphModel>
  </diagram>
</mxfile>
